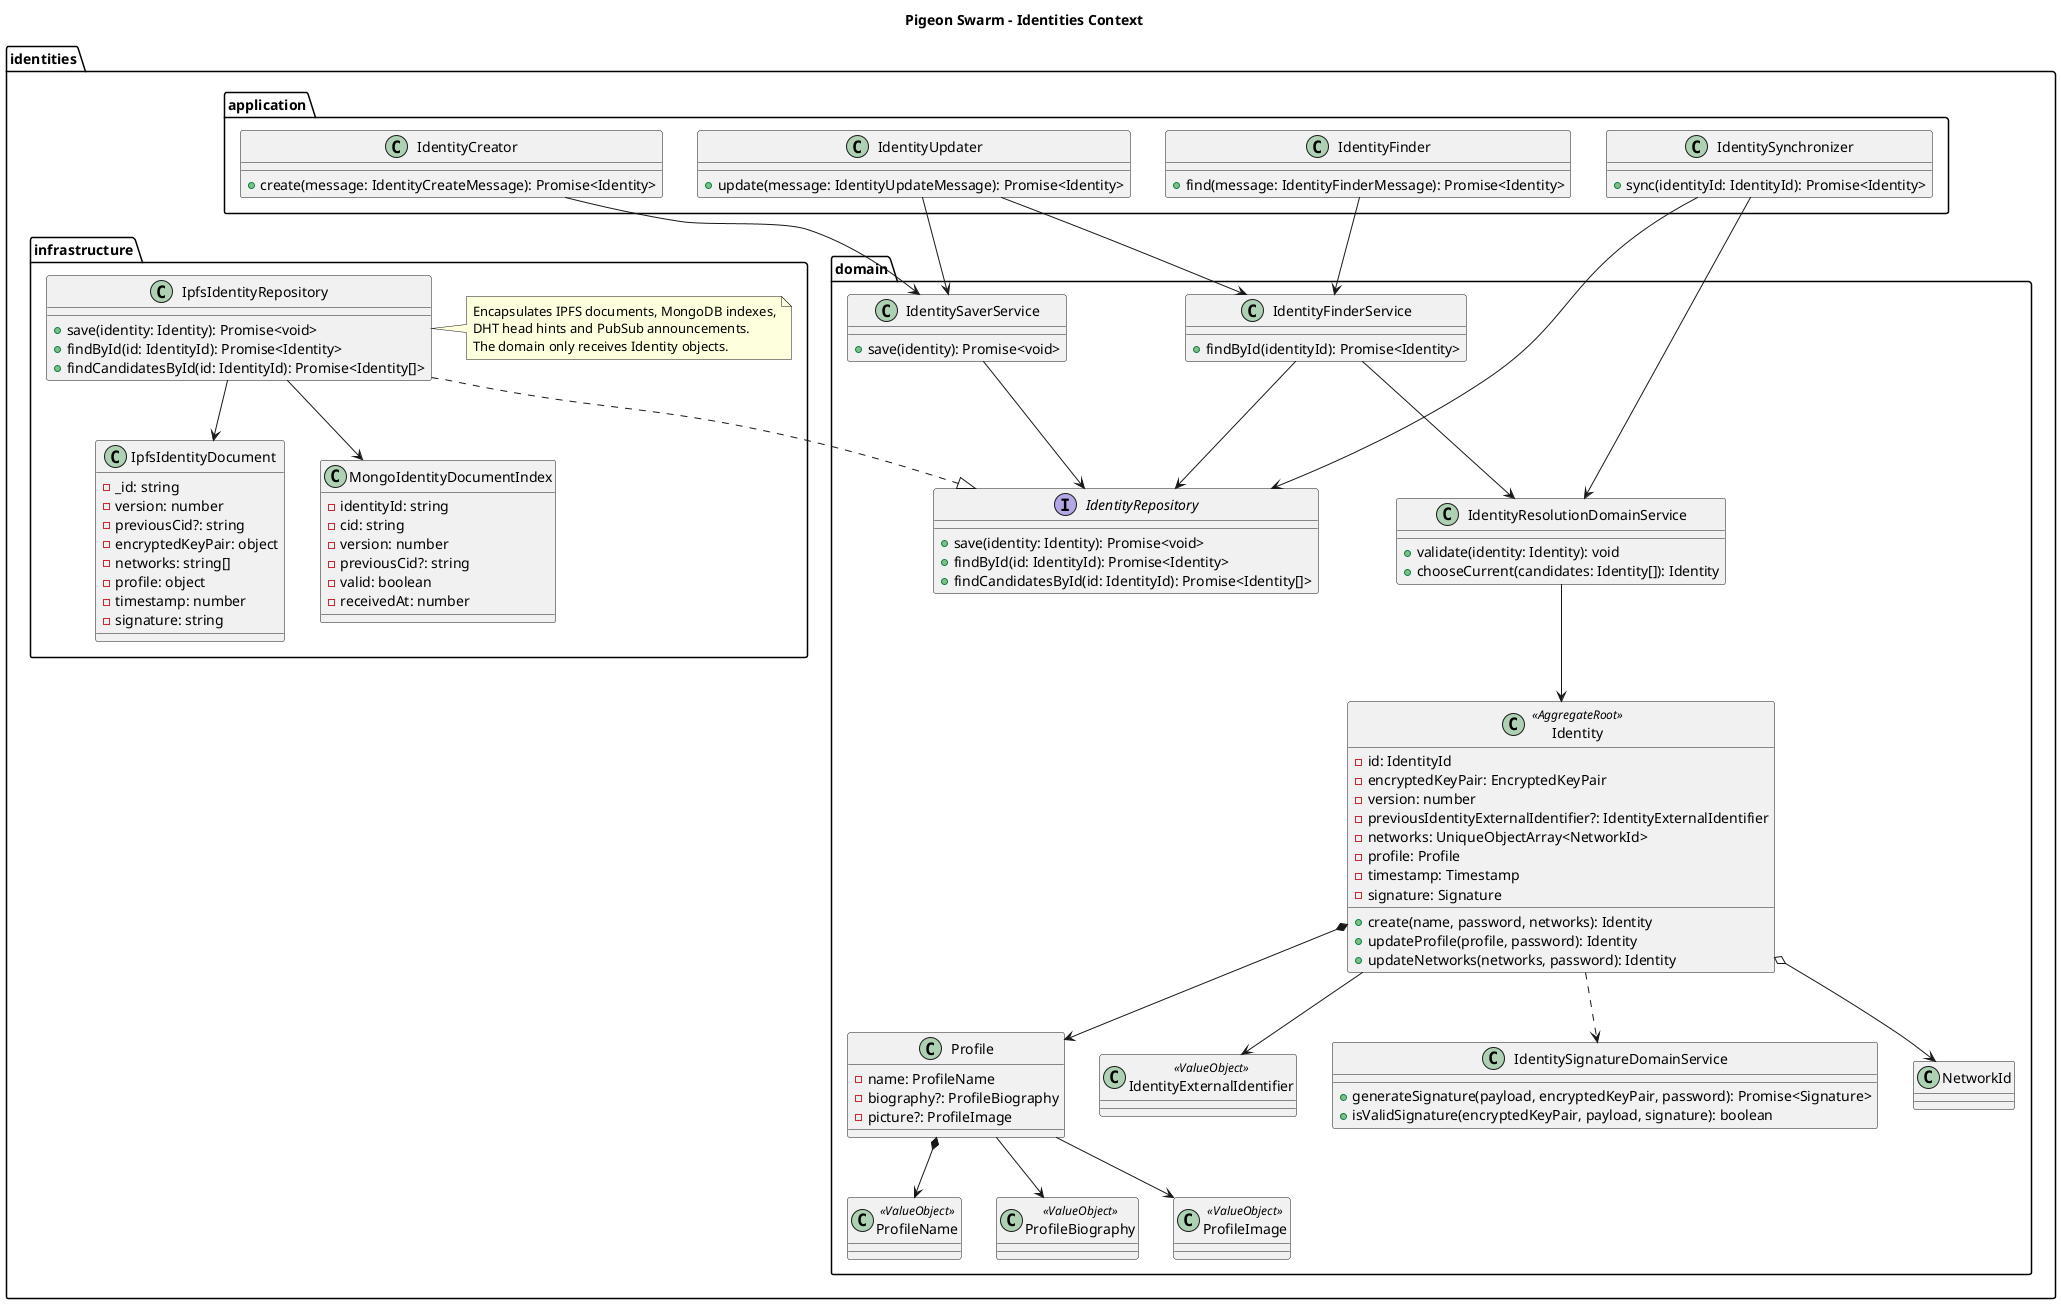
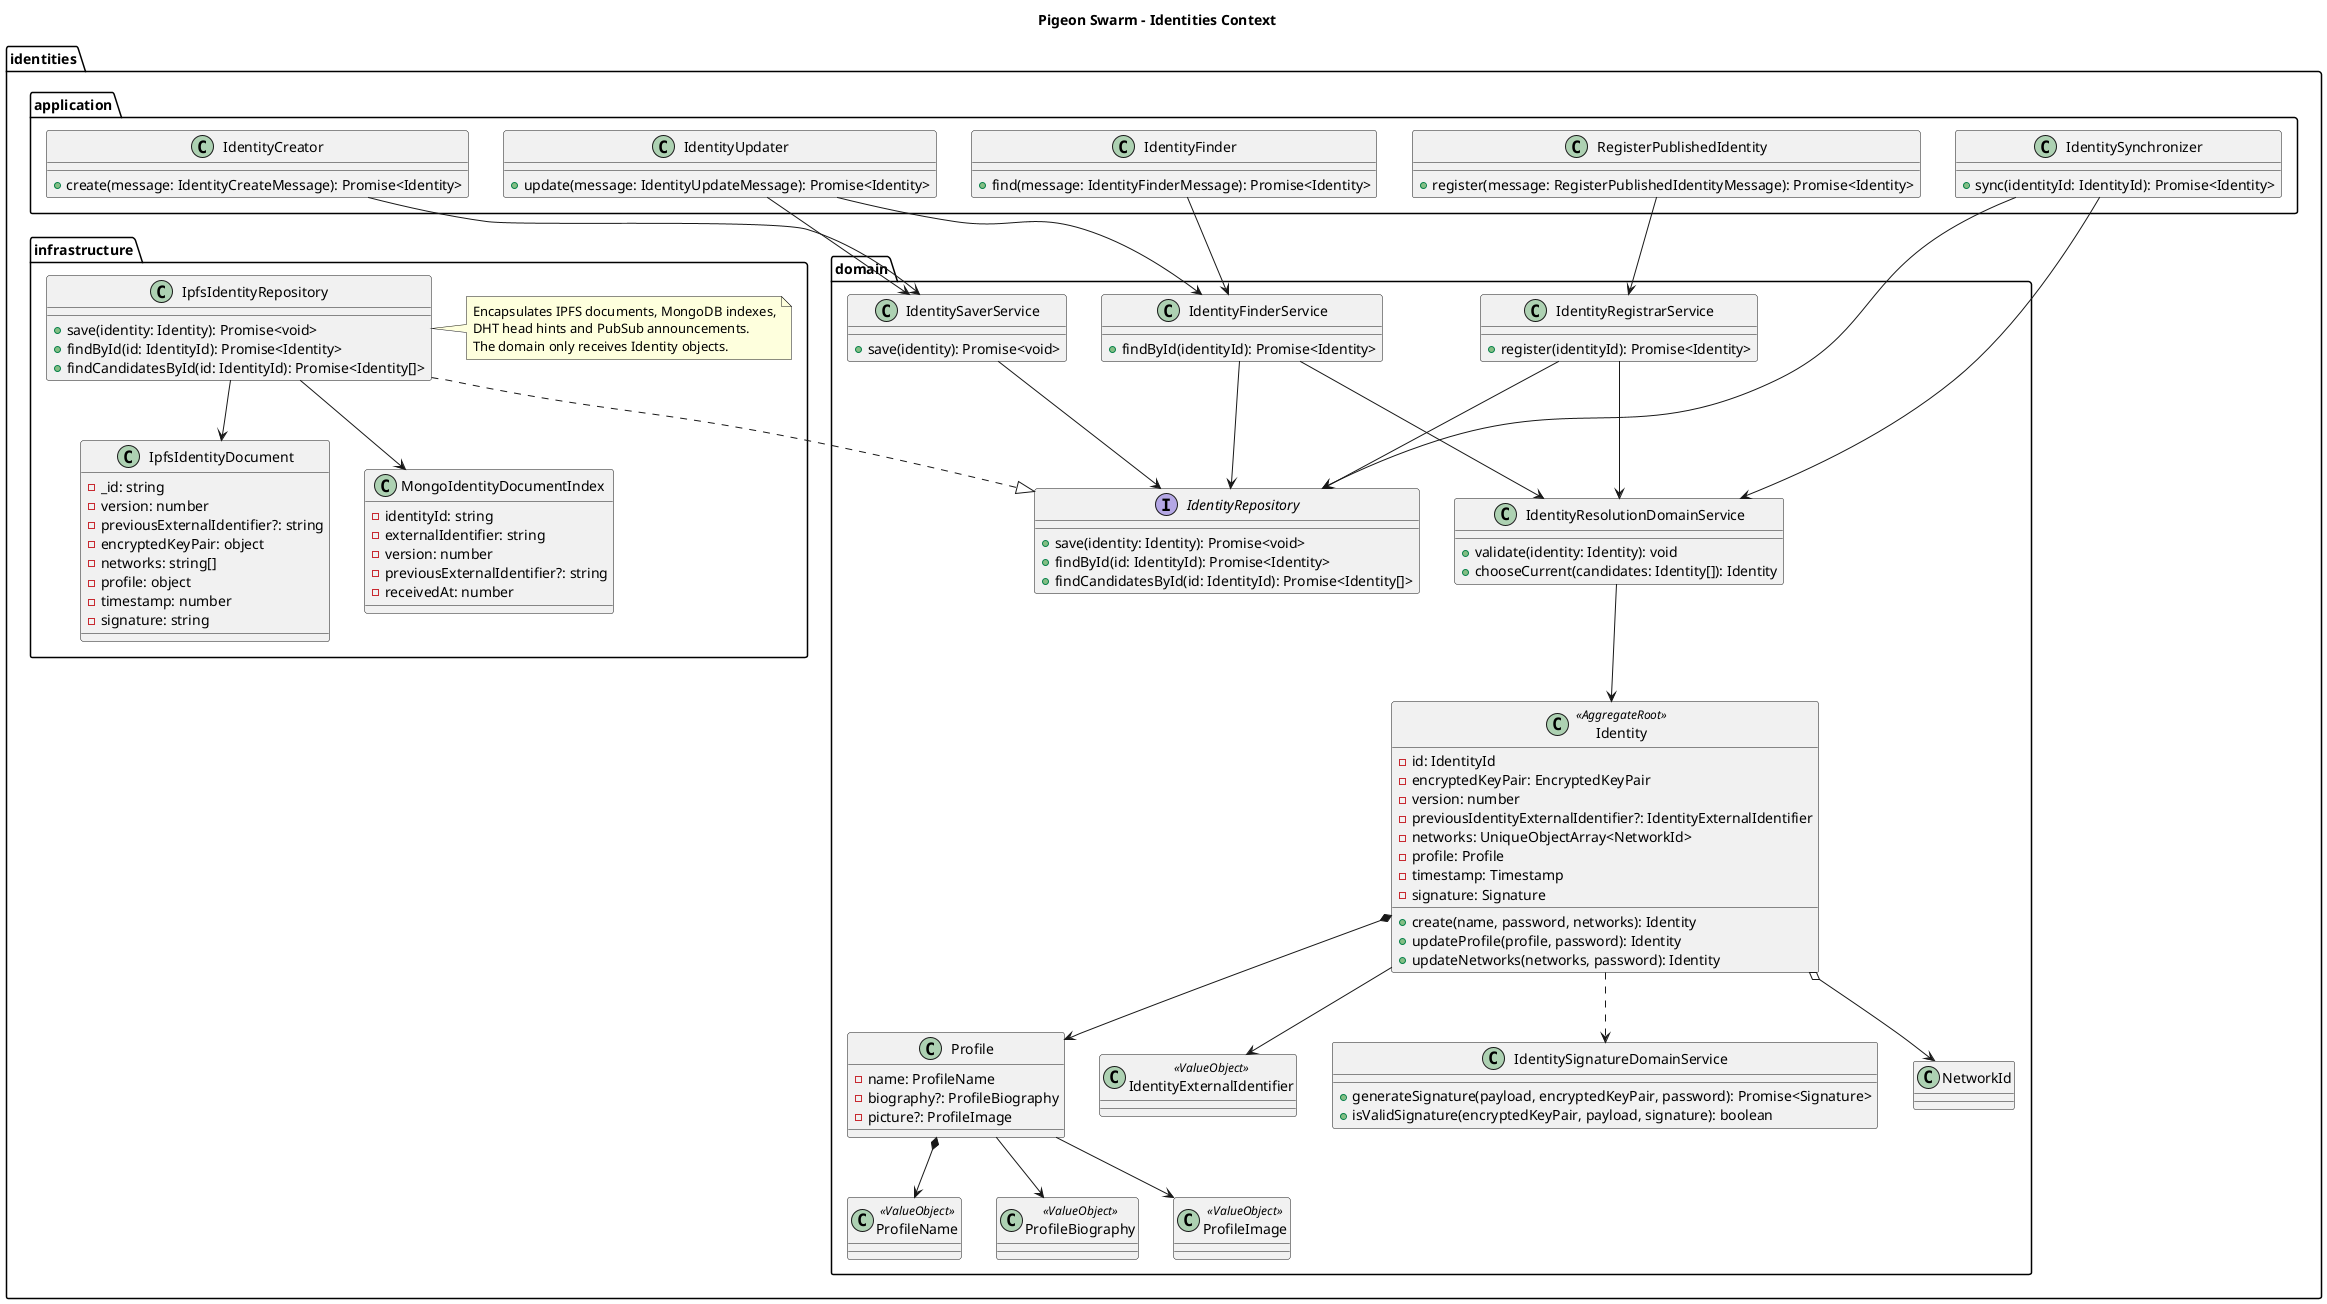
@startuml

title Pigeon Swarm - Identities Context

package "identities.domain" {
  class Identity <<AggregateRoot>> {
    -id: IdentityId
    -encryptedKeyPair: EncryptedKeyPair
    -version: number
    -previousIdentityExternalIdentifier?: IdentityExternalIdentifier
    -networks: UniqueObjectArray<NetworkId>
    -profile: Profile
    -timestamp: Timestamp
    -signature: Signature
    +create(name, password, networks): Identity
    +updateProfile(profile, password): Identity
    +updateNetworks(networks, password): Identity
  }

  class Profile {
    -name: ProfileName
    -biography?: ProfileBiography
    -picture?: ProfileImage
  }

  class ProfileName <<ValueObject>>
  class ProfileBiography <<ValueObject>>
  class ProfileImage <<ValueObject>>
  class IdentityExternalIdentifier <<ValueObject>>

  class IdentitySignatureDomainService {
    +generateSignature(payload, encryptedKeyPair, password): Promise<Signature>
    +isValidSignature(encryptedKeyPair, payload, signature): boolean
  }

  class IdentityResolutionDomainService {
    +validate(identity: Identity): void
    +chooseCurrent(candidates: Identity[]): Identity
  }

  interface IdentityRepository {
    +save(identity: Identity): Promise<void>
    +findById(id: IdentityId): Promise<Identity>
    +findCandidatesById(id: IdentityId): Promise<Identity[]>
  }

  class IdentitySaverService {
    +save(identity): Promise<void>
  }

  class IdentityFinderService {
    +findById(identityId): Promise<Identity>
  }

+   class IdentityRegistrarService {
+     +register(identityId): Promise<Identity>
+   }
+ 
  Identity *--> Profile
  Identity o--> NetworkId
  Identity --> IdentityExternalIdentifier
  Profile *--> ProfileName
  Profile --> ProfileBiography
  Profile --> ProfileImage
  Identity ..> IdentitySignatureDomainService
  IdentityResolutionDomainService --> Identity
  IdentitySaverService --> IdentityRepository
  IdentityFinderService --> IdentityRepository
  IdentityFinderService --> IdentityResolutionDomainService
+   IdentityRegistrarService --> IdentityRepository
+   IdentityRegistrarService --> IdentityResolutionDomainService
}

package "identities.application" {
  class IdentityCreator {
    +create(message: IdentityCreateMessage): Promise<Identity>
  }

  class IdentityUpdater {
    +update(message: IdentityUpdateMessage): Promise<Identity>
  }

  class IdentityFinder {
    +find(message: IdentityFinderMessage): Promise<Identity>
  }

+   class RegisterPublishedIdentity {
+     +register(message: RegisterPublishedIdentityMessage): Promise<Identity>
+   }
+ 
  class IdentitySynchronizer {
    +sync(identityId: IdentityId): Promise<Identity>
  }

  IdentityCreator --> IdentitySaverService
  IdentityUpdater --> IdentityFinderService
  IdentityUpdater --> IdentitySaverService
  IdentityFinder --> IdentityFinderService
+   RegisterPublishedIdentity --> IdentityRegistrarService
  IdentitySynchronizer --> IdentityRepository
  IdentitySynchronizer --> IdentityResolutionDomainService
}

package "identities.infrastructure" {
  class IpfsIdentityDocument {
    -_id: string
    -version: number
-     -previousCid?: string
+     -previousExternalIdentifier?: string
    -encryptedKeyPair: object
    -networks: string[]
    -profile: object
    -timestamp: number
    -signature: string
  }

  class MongoIdentityDocumentIndex {
    -identityId: string
-     -cid: string
+     -externalIdentifier: string
    -version: number
-     -previousCid?: string
-     -valid: boolean
+     -previousExternalIdentifier?: string
    -receivedAt: number
  }

  class IpfsIdentityRepository {
    +save(identity: Identity): Promise<void>
    +findById(id: IdentityId): Promise<Identity>
    +findCandidatesById(id: IdentityId): Promise<Identity[]>
  }

  note right of IpfsIdentityRepository
    Encapsulates IPFS documents, MongoDB indexes,
    DHT head hints and PubSub announcements.
    The domain only receives Identity objects.
  end note

  IpfsIdentityRepository ..|> IdentityRepository
  IpfsIdentityRepository --> IpfsIdentityDocument
  IpfsIdentityRepository --> MongoIdentityDocumentIndex
}

@enduml
